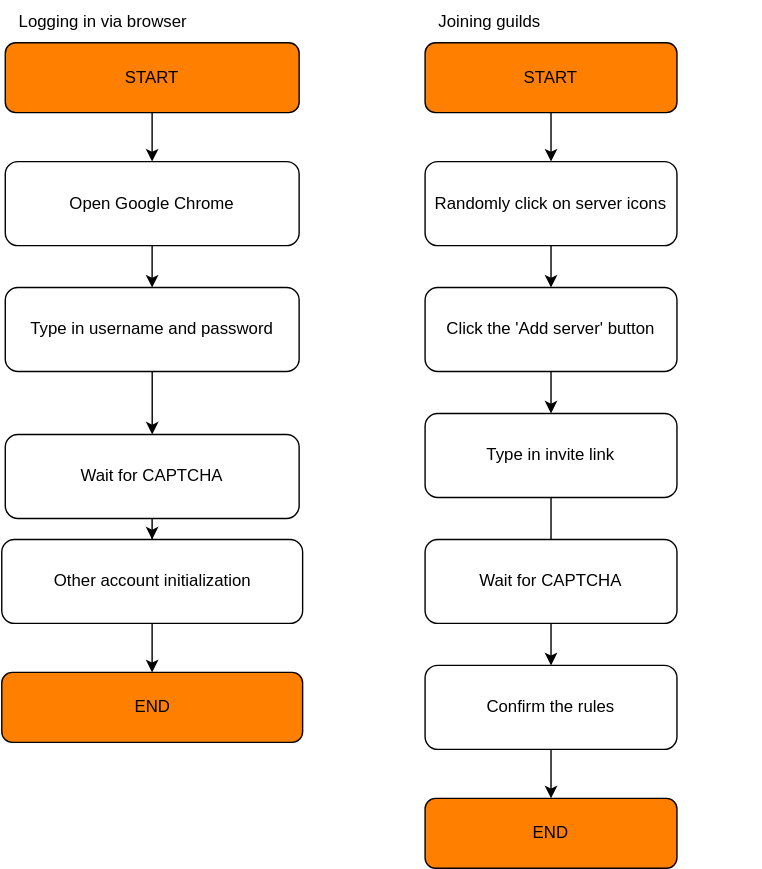
Before: docs/thesis/images/daf-selenium-layer.svg, a diagram exported from draw.io (davidhozic/discord-advertisement-framework). Source tidied: cells renumbered, new cells last; positions are measured from the earlier drawing's top-left corner, leaving out a move shared by most shapes.
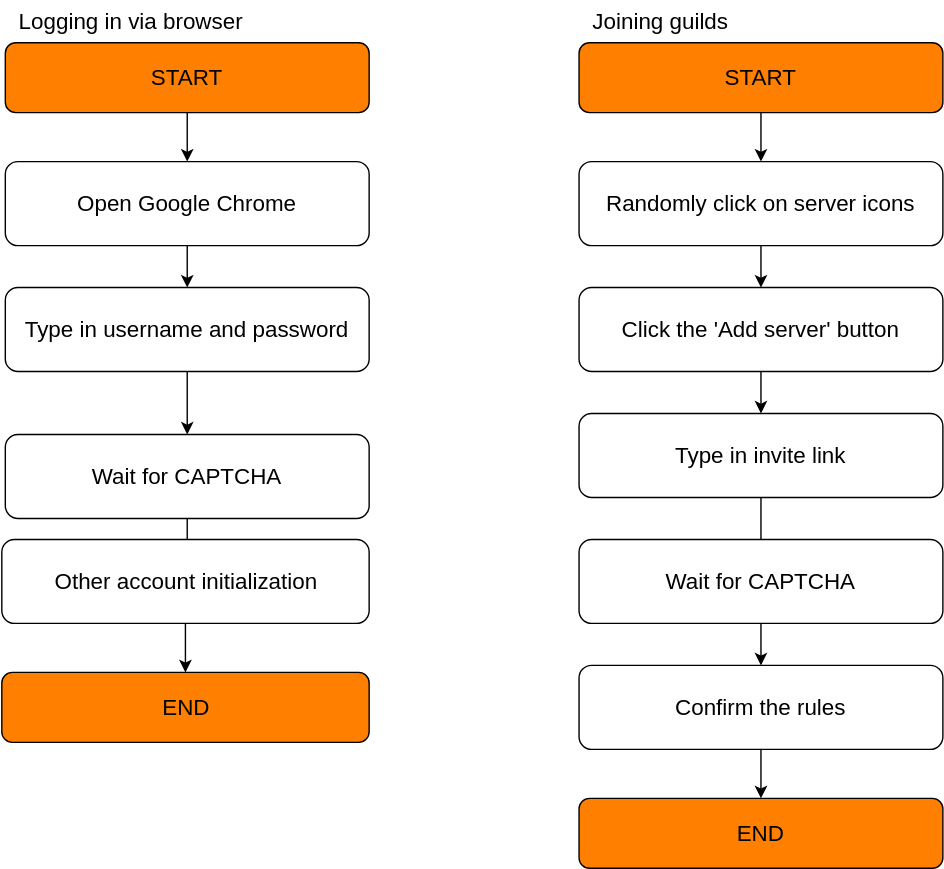
Above is the later version.

Diff of the diagram source:
```diff
@@ -2,80 +2,80 @@
   <root>
     <mxCell id="0" />
     <mxCell id="1" parent="0" />
-    <mxCell id="2" style="edgeStyle=orthogonalEdgeStyle;rounded=0;jettySize=auto;html=1;" parent="1" edge="1" source="3" target="7">
+    <mxCell id="2" style="edgeStyle=orthogonalEdgeStyle;rounded=0;jettySize=auto;html=1;fontSize=16;" parent="1" edge="1" source="3" target="7">
       <mxGeometry relative="1" as="geometry" />
     </mxCell>
-    <mxCell id="3" value="START" style="rounded=1;whiteSpace=wrap;html=1;fontSize=12;glass=0;strokeWidth=1;shadow=0;fillColor=#FF8000;strokeColor=default;" parent="1" vertex="1">
-      <mxGeometry x="2" y="30" width="210" height="50" as="geometry" />
+    <mxCell id="3" value="START" style="rounded=1;whiteSpace=wrap;html=1;fontSize=16;glass=0;strokeWidth=1;shadow=0;fillColor=#FF8000;strokeColor=default;" parent="1" vertex="1">
+      <mxGeometry x="-108" y="30" width="260" height="50" as="geometry" />
     </mxCell>
-    <mxCell id="4" value="END" style="whiteSpace=wrap;html=1;rounded=1;glass=0;strokeWidth=1;shadow=0;fillColor=#FF8000;strokeColor=default;" parent="1" vertex="1">
-      <mxGeometry x="-0.5" y="480" width="215" height="50" as="geometry" />
+    <mxCell id="4" value="END" style="whiteSpace=wrap;html=1;rounded=1;glass=0;strokeWidth=1;shadow=0;fillColor=#FF8000;strokeColor=default;fontSize=16;" parent="1" vertex="1">
+      <mxGeometry x="-110.5" y="480" width="262.5" height="50" as="geometry" />
     </mxCell>
-    <mxCell id="5" value="Logging in via browser" style="text;html=1;strokeColor=none;fillColor=none;align=left;verticalAlign=middle;whiteSpace=wrap;rounded=0;spacing=10;" parent="1" vertex="1">
-      <mxGeometry x="2" width="240" height="30" as="geometry" />
+    <mxCell id="5" value="Logging in via browser" style="text;html=1;strokeColor=none;fillColor=none;align=left;verticalAlign=middle;whiteSpace=wrap;rounded=0;spacing=10;fontSize=16;" parent="1" vertex="1">
+      <mxGeometry x="-108" width="240" height="30" as="geometry" />
     </mxCell>
-    <mxCell id="6" style="edgeStyle=orthogonalEdgeStyle;rounded=0;jettySize=auto;html=1;" parent="1" edge="1" source="7" target="9">
+    <mxCell id="6" style="edgeStyle=orthogonalEdgeStyle;rounded=0;jettySize=auto;html=1;fontSize=16;" parent="1" edge="1" source="7" target="9">
       <mxGeometry relative="1" as="geometry" />
     </mxCell>
-    <mxCell id="7" value="Open Google Chrome" style="whiteSpace=wrap;html=1;rounded=1;glass=0;strokeWidth=1;shadow=0;" parent="1" vertex="1">
-      <mxGeometry x="2" y="115" width="210" height="60" as="geometry" />
+    <mxCell id="7" value="Open Google Chrome" style="whiteSpace=wrap;html=1;rounded=1;glass=0;strokeWidth=1;shadow=0;fontSize=16;imageWidth=24;" parent="1" vertex="1">
+      <mxGeometry x="-108" y="115" width="260" height="60" as="geometry" />
     </mxCell>
-    <mxCell id="8" style="edgeStyle=orthogonalEdgeStyle;rounded=0;jettySize=auto;html=1;" parent="1" edge="1" source="9" target="11">
+    <mxCell id="8" style="edgeStyle=orthogonalEdgeStyle;rounded=0;jettySize=auto;html=1;fontSize=16;" parent="1" edge="1" source="9" target="11">
       <mxGeometry relative="1" as="geometry" />
     </mxCell>
-    <mxCell id="9" value="Type in username and password" style="whiteSpace=wrap;html=1;rounded=1;glass=0;strokeWidth=1;shadow=0;" parent="1" vertex="1">
-      <mxGeometry x="2" y="205" width="210" height="60" as="geometry" />
+    <mxCell id="9" value="Type in username and password" style="whiteSpace=wrap;html=1;rounded=1;glass=0;strokeWidth=1;shadow=0;fontSize=16;" parent="1" vertex="1">
+      <mxGeometry x="-108" y="205" width="260" height="60" as="geometry" />
     </mxCell>
-    <mxCell id="10" style="edgeStyle=orthogonalEdgeStyle;rounded=0;jettySize=auto;html=1;" parent="1" edge="1" source="11" target="13">
+    <mxCell id="10" style="edgeStyle=orthogonalEdgeStyle;rounded=0;jettySize=auto;html=1;fontSize=16;" parent="1" edge="1" source="11" target="13">
       <mxGeometry relative="1" as="geometry" />
     </mxCell>
-    <mxCell id="11" value="Wait for CAPTCHA" style="whiteSpace=wrap;html=1;rounded=1;glass=0;strokeWidth=1;shadow=0;" parent="1" vertex="1">
-      <mxGeometry x="2" y="310" width="210" height="60" as="geometry" />
+    <mxCell id="11" value="Wait for CAPTCHA" style="whiteSpace=wrap;html=1;rounded=1;glass=0;strokeWidth=1;shadow=0;fontSize=16;" parent="1" vertex="1">
+      <mxGeometry x="-108" y="310" width="260" height="60" as="geometry" />
     </mxCell>
-    <mxCell id="12" style="edgeStyle=orthogonalEdgeStyle;rounded=0;jettySize=auto;html=1;" parent="1" edge="1" source="13" target="4">
+    <mxCell id="12" style="edgeStyle=orthogonalEdgeStyle;rounded=0;jettySize=auto;html=1;fontSize=16;" parent="1" edge="1" source="13" target="4">
       <mxGeometry relative="1" as="geometry" />
     </mxCell>
-    <mxCell id="13" value="Other account initialization" style="whiteSpace=wrap;html=1;rounded=1;glass=0;strokeWidth=1;shadow=0;" parent="1" vertex="1">
-      <mxGeometry x="-0.5" y="385" width="215" height="60" as="geometry" />
+    <mxCell id="13" value="Other account initialization" style="whiteSpace=wrap;html=1;rounded=1;glass=0;strokeWidth=1;shadow=0;fontSize=16;" parent="1" vertex="1">
+      <mxGeometry x="-110.5" y="385" width="262.5" height="60" as="geometry" />
     </mxCell>
-    <mxCell id="14" style="edgeStyle=orthogonalEdgeStyle;rounded=0;jettySize=auto;html=1;" parent="1" edge="1" source="15" target="18">
+    <mxCell id="14" style="edgeStyle=orthogonalEdgeStyle;rounded=0;jettySize=auto;html=1;fontSize=16;" parent="1" edge="1" source="15" target="18">
       <mxGeometry relative="1" as="geometry" />
     </mxCell>
-    <mxCell id="15" value="START" style="rounded=1;whiteSpace=wrap;html=1;fontSize=12;glass=0;strokeWidth=1;shadow=0;fillColor=#FF8000;strokeColor=default;" parent="1" vertex="1">
-      <mxGeometry x="302" y="30" width="180" height="50" as="geometry" />
+    <mxCell id="15" value="START" style="rounded=1;whiteSpace=wrap;html=1;fontSize=16;glass=0;strokeWidth=1;shadow=0;fillColor=#FF8000;strokeColor=default;" parent="1" vertex="1">
+      <mxGeometry x="302" y="30" width="260" height="50" as="geometry" />
     </mxCell>
-    <mxCell id="16" value="Joining guilds" style="text;html=1;strokeColor=none;fillColor=none;align=left;verticalAlign=middle;whiteSpace=wrap;rounded=0;spacing=10;" parent="1" vertex="1">
+    <mxCell id="16" value="Joining guilds" style="text;html=1;strokeColor=none;fillColor=none;align=left;verticalAlign=middle;whiteSpace=wrap;rounded=0;spacing=10;fontSize=16;" parent="1" vertex="1">
       <mxGeometry x="302" width="240" height="30" as="geometry" />
     </mxCell>
-    <mxCell id="17" style="edgeStyle=orthogonalEdgeStyle;rounded=0;jettySize=auto;html=1;" parent="1" edge="1" source="18" target="20">
+    <mxCell id="17" style="edgeStyle=orthogonalEdgeStyle;rounded=0;jettySize=auto;html=1;fontSize=16;" parent="1" edge="1" source="18" target="20">
       <mxGeometry relative="1" as="geometry" />
     </mxCell>
-    <mxCell id="18" value="Randomly click on server icons" style="whiteSpace=wrap;html=1;rounded=1;glass=0;strokeWidth=1;shadow=0;" parent="1" vertex="1">
-      <mxGeometry x="302" y="115" width="180" height="60" as="geometry" />
+    <mxCell id="18" value="Randomly click on server icons" style="whiteSpace=wrap;html=1;rounded=1;glass=0;strokeWidth=1;shadow=0;fontSize=16;" parent="1" vertex="1">
+      <mxGeometry x="302" y="115" width="260" height="60" as="geometry" />
     </mxCell>
-    <mxCell id="19" style="edgeStyle=orthogonalEdgeStyle;rounded=0;jettySize=auto;html=1;" parent="1" edge="1" source="20" target="22">
+    <mxCell id="19" style="edgeStyle=orthogonalEdgeStyle;rounded=0;jettySize=auto;html=1;fontSize=16;" parent="1" edge="1" source="20" target="22">
       <mxGeometry relative="1" as="geometry" />
     </mxCell>
-    <mxCell id="20" value="Click the 'Add server' button" style="whiteSpace=wrap;html=1;rounded=1;glass=0;strokeWidth=1;shadow=0;" parent="1" vertex="1">
-      <mxGeometry x="302" y="205" width="180" height="60" as="geometry" />
+    <mxCell id="20" value="Click the 'Add server' button" style="whiteSpace=wrap;html=1;rounded=1;glass=0;strokeWidth=1;shadow=0;fontSize=16;" parent="1" vertex="1">
+      <mxGeometry x="302" y="205" width="260" height="60" as="geometry" />
     </mxCell>
-    <mxCell id="21" style="edgeStyle=orthogonalEdgeStyle;rounded=0;jettySize=auto;html=1;" parent="1" edge="1" source="22" target="25">
+    <mxCell id="21" style="edgeStyle=orthogonalEdgeStyle;rounded=0;jettySize=auto;html=1;fontSize=16;" parent="1" edge="1" source="22" target="25">
       <mxGeometry relative="1" as="geometry" />
     </mxCell>
-    <mxCell id="22" value="Type in invite link" style="whiteSpace=wrap;html=1;rounded=1;glass=0;strokeWidth=1;shadow=0;" parent="1" vertex="1">
-      <mxGeometry x="302" y="295" width="180" height="60" as="geometry" />
+    <mxCell id="22" value="Type in invite link" style="whiteSpace=wrap;html=1;rounded=1;glass=0;strokeWidth=1;shadow=0;fontSize=16;" parent="1" vertex="1">
+      <mxGeometry x="302" y="295" width="260" height="60" as="geometry" />
     </mxCell>
-    <mxCell id="23" value="Wait for CAPTCHA" style="whiteSpace=wrap;html=1;rounded=1;glass=0;strokeWidth=1;shadow=0;" parent="1" vertex="1">
-      <mxGeometry x="302" y="385" width="180" height="60" as="geometry" />
+    <mxCell id="23" value="Wait for CAPTCHA" style="whiteSpace=wrap;html=1;rounded=1;glass=0;strokeWidth=1;shadow=0;fontSize=16;" parent="1" vertex="1">
+      <mxGeometry x="302" y="385" width="260" height="60" as="geometry" />
     </mxCell>
-    <mxCell id="24" style="edgeStyle=orthogonalEdgeStyle;rounded=0;jettySize=auto;html=1;" parent="1" edge="1" source="25" target="26">
+    <mxCell id="24" style="edgeStyle=orthogonalEdgeStyle;rounded=0;jettySize=auto;html=1;fontSize=16;" parent="1" edge="1" source="25" target="26">
       <mxGeometry relative="1" as="geometry" />
     </mxCell>
-    <mxCell id="25" value="Confirm the rules" style="whiteSpace=wrap;html=1;rounded=1;glass=0;strokeWidth=1;shadow=0;" parent="1" vertex="1">
-      <mxGeometry x="302" y="475" width="180" height="60" as="geometry" />
+    <mxCell id="25" value="Confirm the rules" style="whiteSpace=wrap;html=1;rounded=1;glass=0;strokeWidth=1;shadow=0;fontSize=16;" parent="1" vertex="1">
+      <mxGeometry x="302" y="475" width="260" height="60" as="geometry" />
     </mxCell>
-    <mxCell id="26" value="END" style="whiteSpace=wrap;html=1;rounded=1;glass=0;strokeWidth=1;shadow=0;fillColor=#FF8000;strokeColor=default;" parent="1" vertex="1">
-      <mxGeometry x="302" y="570" width="180" height="50" as="geometry" />
+    <mxCell id="26" value="END" style="whiteSpace=wrap;html=1;rounded=1;glass=0;strokeWidth=1;shadow=0;fillColor=#FF8000;strokeColor=default;fontSize=16;" parent="1" vertex="1">
+      <mxGeometry x="302" y="570" width="260" height="50" as="geometry" />
     </mxCell>
   </root>
 </mxGraphModel>
```
